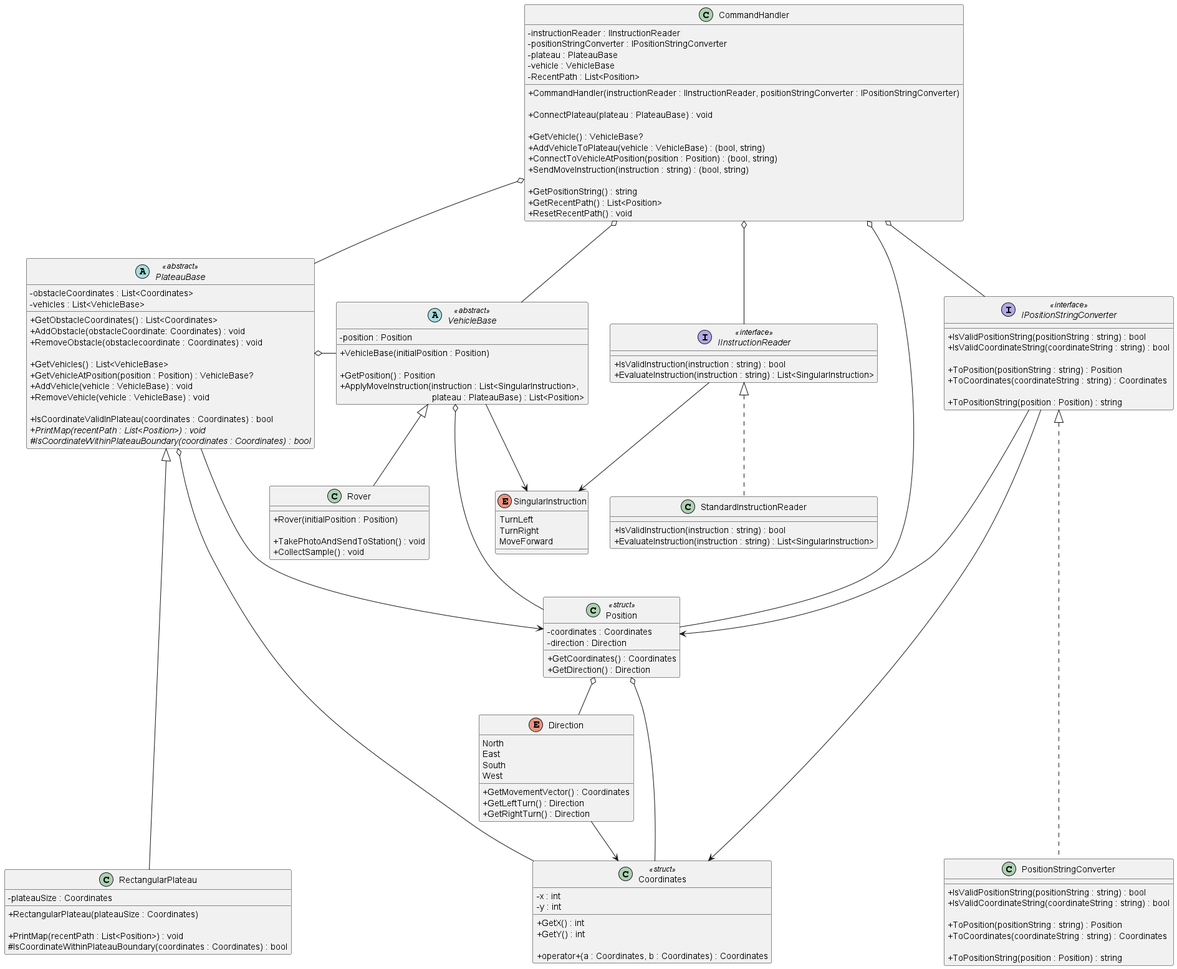
This is diagrams/Mars Rover Challenge.png from iamfranco/MarsRoverChallenge, a PlantUML export, as it was before one commit.
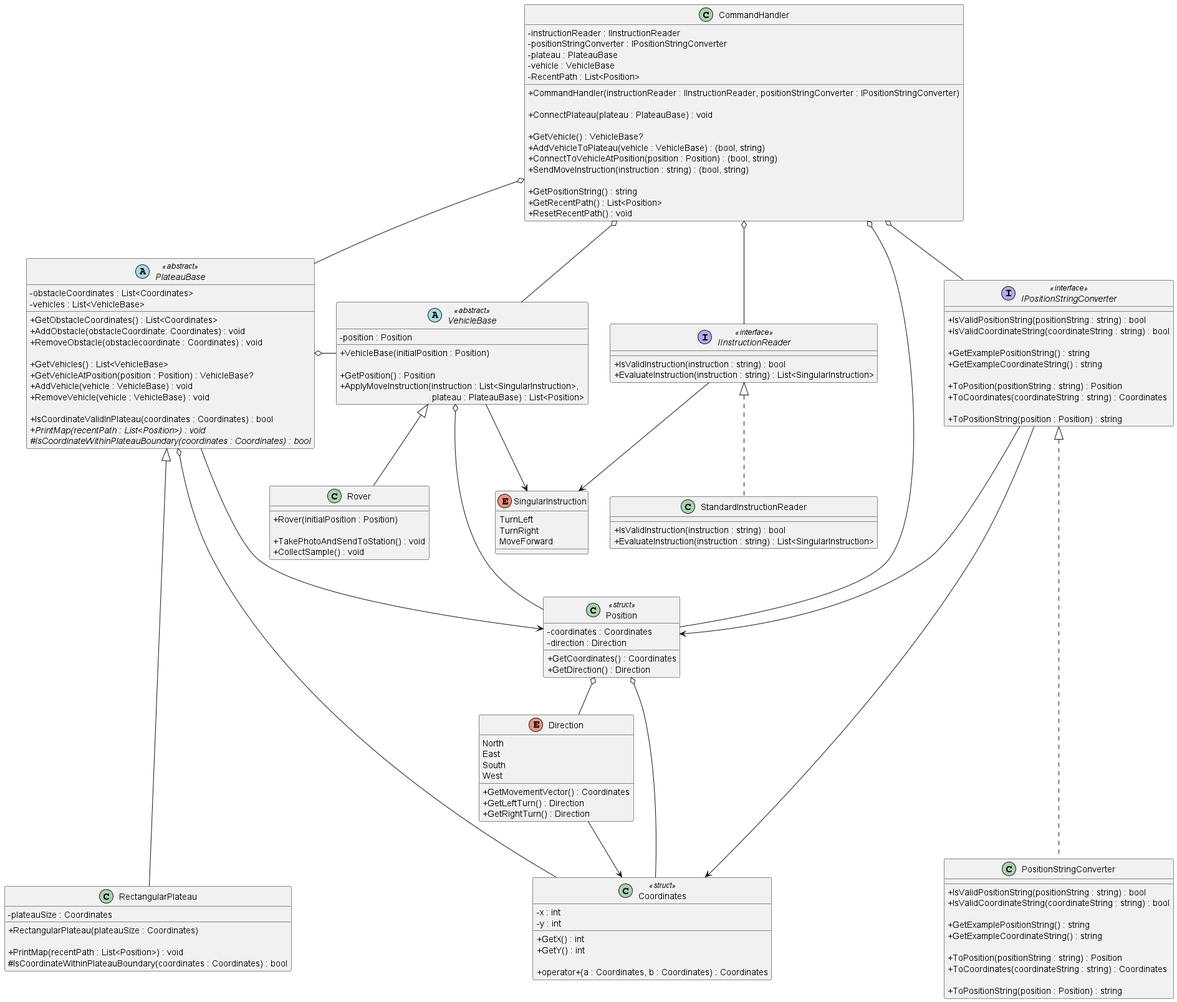
Later version of the same file.

Commit message:
UML: add methods to IPositionStringConverter that returns example position and coordinate strings

Change to the diagram source:
```diff
@@ -99,6 +99,9 @@
   + IsValidPositionString(positionString : string) : bool
   + IsValidCoordinateString(coordinateString : string) : bool
 
+  + GetExamplePositionString() : string
+  + GetExampleCoordinateString() : string
+
   + ToPosition(positionString : string) : Position
   + ToCoordinates(coordinateString : string) : Coordinates
 
@@ -118,6 +121,9 @@
 {
   + IsValidPositionString(positionString : string) : bool
   + IsValidCoordinateString(coordinateString : string) : bool
+
+  + GetExamplePositionString() : string
+  + GetExampleCoordinateString() : string
 
   + ToPosition(positionString : string) : Position
   + ToCoordinates(coordinateString : string) : Coordinates
```
